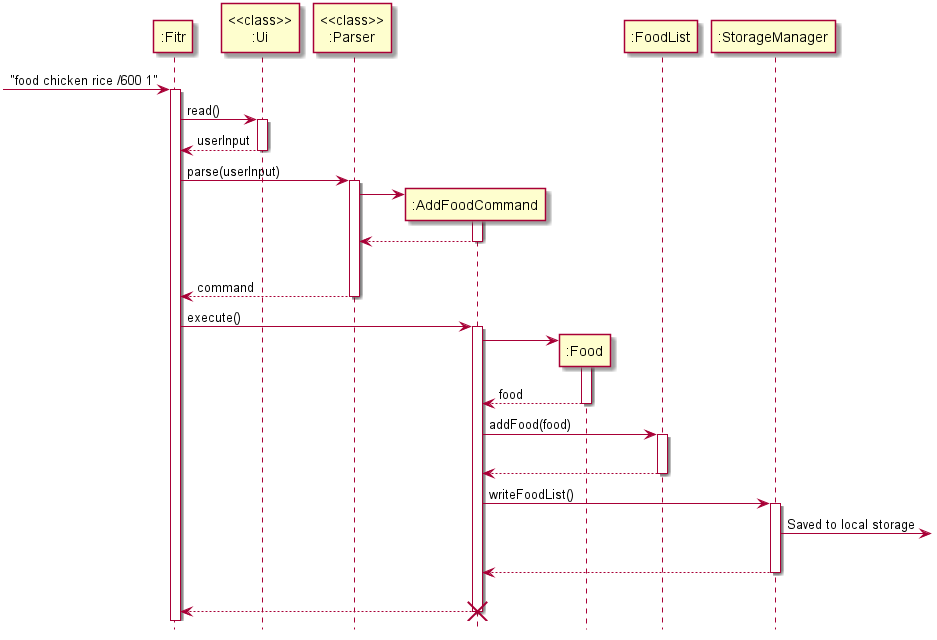
Earlier version of the PlantUML export docs/images/AddFoodSequenceDiagram.png (nus-cs2113-AY2021S1/tp).
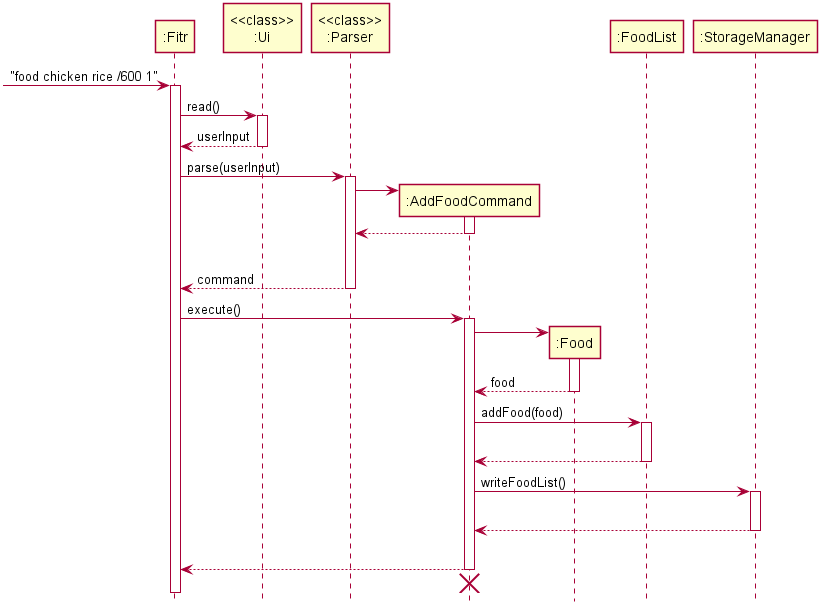
After the commit.

Commit message:
Update sequence diagrams in DG

Change to the diagram source:
```diff
@@ -1,4 +1,6 @@
 @startuml
+skinparam Shadowing false
+
 participant ":Fitr"
 participant "<<class>>\n:Ui"
 participant "<<class>>\n:Parser"
@@ -38,11 +40,12 @@
 
 ":AddFoodCommand" -> ":StorageManager" : writeFoodList()
 activate ":StorageManager"
-":StorageManager" ->] : Saved to local storage
 |||
 return
 |||
-return
+":AddFoodCommand" --> ":Fitr"
+deactivate ":AddFoodCommand"
+":AddFoodCommand" -[hidden]-> ":Fitr"
 destroy ":AddFoodCommand"
 
 hide footbox
```
